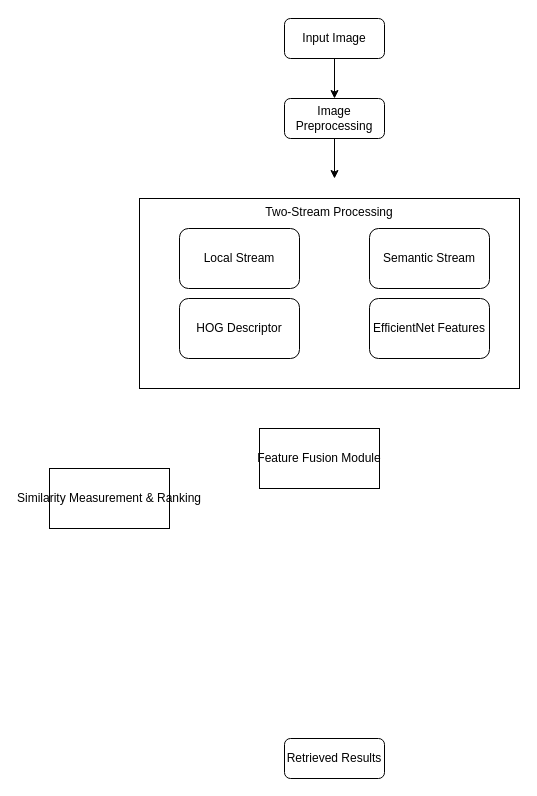
The draw.io diagram cbir001.drawio in vinayak-k24/DrawIO, before the edit. Source tidied: cells renumbered, new cells numbered last; positions are measured from the earlier drawing's top-left corner, leaving out a move shared by most shapes. Both pictures are drawn from the tidied source at 100%, with x=0, y=0 at pixel (49, 18).
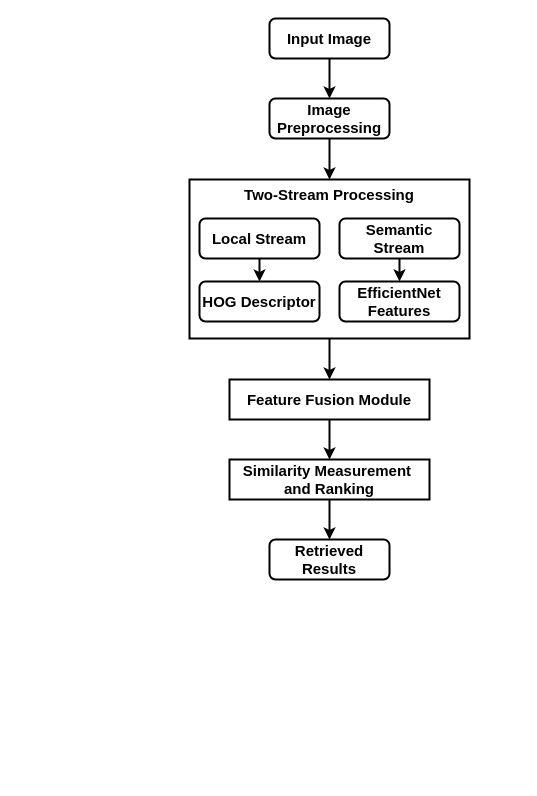
After the change.

The edit, as a diff of the source:
```diff
@@
 <mxGraphModel>
   <root>
     <mxCell id="0" />
     <mxCell id="1" parent="0" />
+    <mxCell id="14" style="edgeStyle=orthogonalEdgeStyle;rounded=0;jettySize=auto;html=1;exitX=0.5;exitY=1;exitDx=0;exitDy=0;entryX=0.5;entryY=0;entryDx=0;entryDy=0;strokeWidth=2;" parent="1" edge="1" source="2" target="12">
+      <mxGeometry relative="1" as="geometry" />
+    </mxCell>
-    <mxCell id="2" value="&lt;span style=&quot;text-wrap-mode: nowrap;&quot;&gt;Two-Stream Processing&lt;/span&gt;" style="rounded=0;whiteSpace=wrap;html=1;verticalAlign=top;" parent="1" vertex="1">
-      <mxGeometry x="90" y="180" width="380" height="190" as="geometry" />
+    <mxCell id="2" value="&lt;span style=&quot;text-wrap-mode: nowrap;&quot;&gt;Two-Stream Processing&lt;/span&gt;" style="rounded=0;whiteSpace=wrap;html=1;verticalAlign=top;fontStyle=1;fontSize=15;strokeWidth=2;" parent="1" vertex="1">
+      <mxGeometry x="140" y="161" width="280" height="159" as="geometry" />
     </mxCell>
+    <mxCell id="10" style="edgeStyle=orthogonalEdgeStyle;rounded=0;jettySize=auto;html=1;exitX=0.5;exitY=1;exitDx=0;exitDy=0;entryX=0.5;entryY=0;entryDx=0;entryDy=0;strokeWidth=2;" parent="1" edge="1" source="3" target="4">
+      <mxGeometry relative="1" as="geometry" />
+    </mxCell>
-    <mxCell id="3" value="Input Image" style="rounded=1;whiteSpace=wrap;html=1;" parent="1" vertex="1">
-      <mxGeometry x="235" width="100" height="40" as="geometry" />
+    <mxCell id="3" value="Input Image" style="rounded=1;whiteSpace=wrap;html=1;fontStyle=1;fontSize=15;strokeWidth=2;" parent="1" vertex="1">
+      <mxGeometry x="220" width="120" height="40" as="geometry" />
     </mxCell>
+    <mxCell id="15" style="edgeStyle=orthogonalEdgeStyle;rounded=0;jettySize=auto;html=1;exitX=0.5;exitY=1;exitDx=0;exitDy=0;entryX=0.5;entryY=0;entryDx=0;entryDy=0;strokeWidth=2;" parent="1" edge="1" source="4" target="2">
+      <mxGeometry relative="1" as="geometry" />
+    </mxCell>
-    <mxCell id="4" value="Image Preprocessing" style="rounded=1;whiteSpace=wrap;html=1;" parent="1" vertex="1">
-      <mxGeometry x="235" y="80" width="100" height="40" as="geometry" />
+    <mxCell id="4" value="Image Preprocessing" style="rounded=1;whiteSpace=wrap;html=1;fontStyle=1;fontSize=15;strokeWidth=2;" parent="1" vertex="1">
+      <mxGeometry x="220" y="80" width="120" height="40" as="geometry" />
     </mxCell>
+    <mxCell id="16" style="edgeStyle=orthogonalEdgeStyle;rounded=0;jettySize=auto;html=1;exitX=0.5;exitY=1;exitDx=0;exitDy=0;entryX=0.5;entryY=0;entryDx=0;entryDy=0;strokeWidth=2;" parent="1" edge="1" source="5" target="7">
+      <mxGeometry relative="1" as="geometry" />
+    </mxCell>
-    <mxCell id="5" value="Local Stream" style="rounded=1;whiteSpace=wrap;html=1;" parent="1" vertex="1">
-      <mxGeometry x="130" y="210" width="120" height="60" as="geometry" />
+    <mxCell id="5" value="Local Stream" style="rounded=1;whiteSpace=wrap;html=1;fontStyle=1;fontSize=15;strokeWidth=2;" parent="1" vertex="1">
+      <mxGeometry x="150" y="200" width="120" height="40" as="geometry" />
     </mxCell>
+    <mxCell id="17" style="edgeStyle=orthogonalEdgeStyle;rounded=0;jettySize=auto;html=1;exitX=0.5;exitY=1;exitDx=0;exitDy=0;entryX=0.5;entryY=0;entryDx=0;entryDy=0;strokeWidth=2;" parent="1" edge="1" source="6" target="8">
+      <mxGeometry relative="1" as="geometry" />
+    </mxCell>
-    <mxCell id="6" value="Semantic Stream" style="rounded=1;whiteSpace=wrap;html=1;" parent="1" vertex="1">
-      <mxGeometry x="320" y="210" width="120" height="60" as="geometry" />
+    <mxCell id="6" value="Semantic Stream" style="rounded=1;whiteSpace=wrap;html=1;fontStyle=1;fontSize=15;strokeWidth=2;" parent="1" vertex="1">
+      <mxGeometry x="290" y="200" width="120" height="40" as="geometry" />
     </mxCell>
-    <mxCell id="7" value="HOG Descriptor" style="rounded=1;whiteSpace=wrap;html=1;" parent="1" vertex="1">
-      <mxGeometry x="130" y="280" width="120" height="60" as="geometry" />
+    <mxCell id="7" value="HOG Descriptor" style="rounded=1;whiteSpace=wrap;html=1;fontStyle=1;fontSize=15;strokeWidth=2;" parent="1" vertex="1">
+      <mxGeometry x="150" y="263" width="120" height="40" as="geometry" />
     </mxCell>
-    <mxCell id="8" value="EfficientNet Features" style="rounded=1;whiteSpace=wrap;html=1;" parent="1" vertex="1">
-      <mxGeometry x="320" y="280" width="120" height="60" as="geometry" />
+    <mxCell id="8" value="EfficientNet Features" style="rounded=1;whiteSpace=wrap;html=1;fontStyle=1;fontSize=15;strokeWidth=2;" parent="1" vertex="1">
+      <mxGeometry x="290" y="263" width="120" height="40" as="geometry" />
     </mxCell>
-    <mxCell id="9" value="Retrieved Results" style="rounded=1;whiteSpace=wrap;html=1;" parent="1" vertex="1">
-      <mxGeometry x="235" y="720" width="100" height="40" as="geometry" />
+    <mxCell id="9" value="Retrieved Results" style="rounded=1;whiteSpace=wrap;html=1;fontStyle=1;fontSize=15;strokeWidth=2;" parent="1" vertex="1">
+      <mxGeometry x="220" y="521" width="120" height="40" as="geometry" />
     </mxCell>
-    <mxCell id="10" style="endArrow=classic;html=1;exitX=0.5;exitY=1;entryX=0.5;entryY=0;" parent="1" edge="1" source="3" target="4">
-      <mxGeometry relative="1" as="geometry" />
-    </mxCell>
-    <mxCell id="11" style="endArrow=classic;html=1;exitX=0.5;exitY=1;entryX=0.5;entryY=0;" parent="1" edge="1" source="4">
-      <mxGeometry relative="1" as="geometry">
-        <mxPoint x="285" y="160" as="targetPoint" />
-      </mxGeometry>
-    </mxCell>
+    <mxCell id="18" style="edgeStyle=orthogonalEdgeStyle;rounded=0;jettySize=auto;html=1;exitX=0.5;exitY=1;exitDx=0;exitDy=0;entryX=0.5;entryY=0;entryDx=0;entryDy=0;strokeWidth=2;" parent="1" edge="1" source="12" target="13">
+      <mxGeometry relative="1" as="geometry" />
+    </mxCell>
-    <mxCell id="12" value="&lt;span style=&quot;text-wrap-mode: nowrap;&quot;&gt;Feature Fusion Module&lt;/span&gt;" style="rounded=0;whiteSpace=wrap;html=1;" parent="1" vertex="1">
-      <mxGeometry x="210" y="410" width="120" height="60" as="geometry" />
+    <mxCell id="12" value="&lt;span style=&quot;text-wrap-mode: nowrap;&quot;&gt;Feature Fusion Module&lt;/span&gt;" style="rounded=0;whiteSpace=wrap;html=1;fontStyle=1;fontSize=15;strokeWidth=2;" parent="1" vertex="1">
+      <mxGeometry x="180" y="361" width="200" height="40" as="geometry" />
     </mxCell>
+    <mxCell id="19" style="edgeStyle=orthogonalEdgeStyle;rounded=0;jettySize=auto;html=1;exitX=0.5;exitY=1;exitDx=0;exitDy=0;entryX=0.5;entryY=0;entryDx=0;entryDy=0;strokeWidth=2;" parent="1" edge="1" source="13" target="9">
+      <mxGeometry relative="1" as="geometry" />
+    </mxCell>
-    <mxCell id="13" value="&lt;span style=&quot;text-wrap-mode: nowrap;&quot;&gt;Similarity Measurement &amp;amp; Ranking&lt;/span&gt;" style="rounded=0;whiteSpace=wrap;html=1;" parent="1" vertex="1">
-      <mxGeometry y="450" width="120" height="60" as="geometry" />
+    <mxCell id="13" value="&lt;span style=&quot;text-wrap-mode: nowrap;&quot;&gt;Similarity Measurement&amp;nbsp;&lt;/span&gt;&lt;div&gt;&lt;span style=&quot;text-wrap-mode: nowrap;&quot;&gt;and Ranking&lt;/span&gt;&lt;/div&gt;" style="rounded=0;whiteSpace=wrap;html=1;fontStyle=1;fontSize=15;align=center;strokeWidth=2;" parent="1" vertex="1">
+      <mxGeometry x="180" y="441" width="200" height="40" as="geometry" />
     </mxCell>
   </root>
 </mxGraphModel>
```
